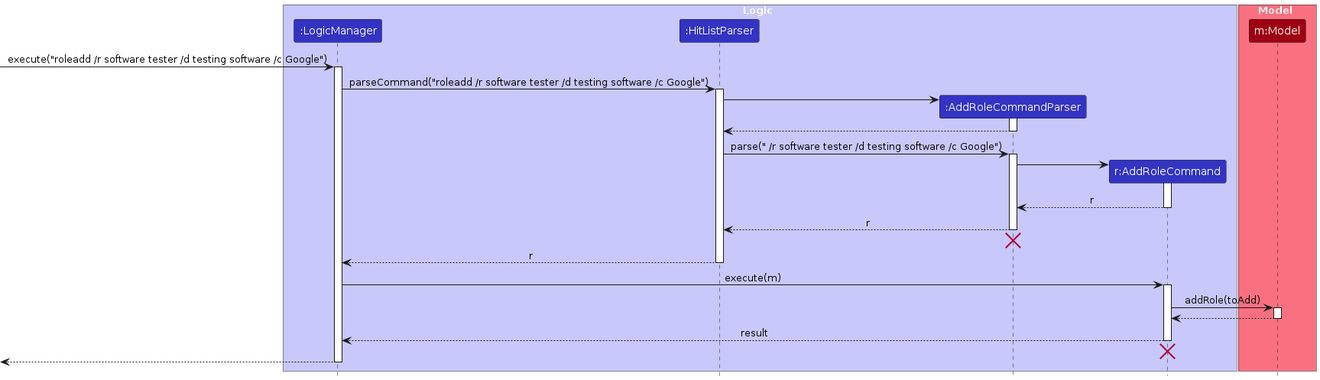
This is diagrams/add-role/RoleAddSequenceDiagram-Logic.png from AY2526S2-CS2103T-W11-2/tp, a PlantUML export, as it was before one commit. Its source is kept beside it as diagrams/add-role/RoleAddSequenceDiagram-Logic.puml.
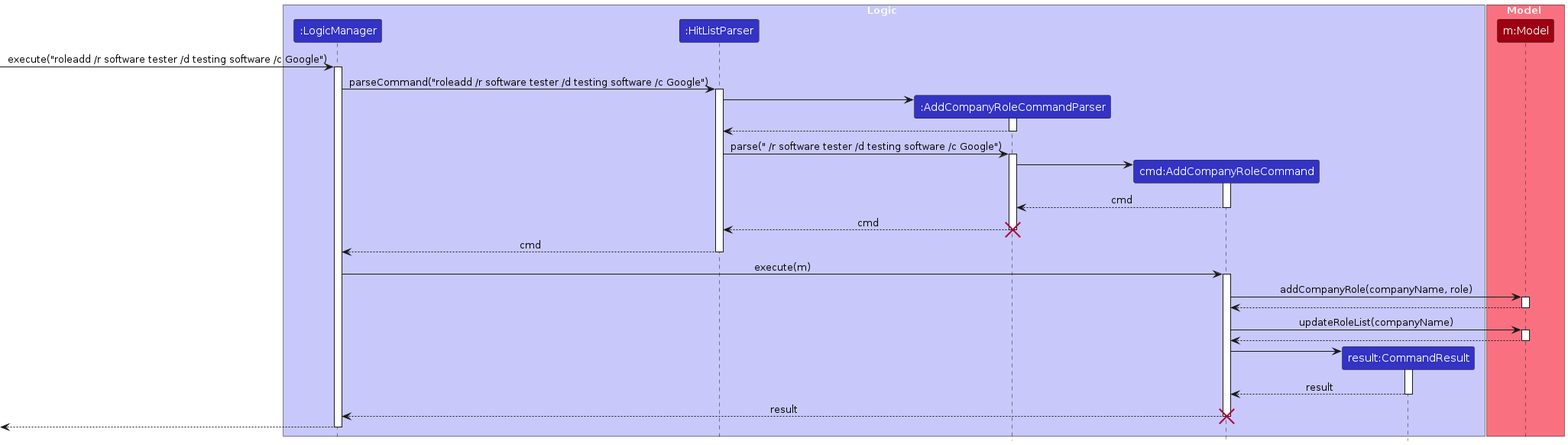
The same diagram one commit later.

Change to the diagram source:
```diff
@@ -5,8 +5,9 @@
 box Logic LOGIC_COLOR_T1
 participant ":LogicManager" as LogicManager LOGIC_COLOR
 participant ":HitListParser" as HitListParser LOGIC_COLOR
-participant ":AddRoleCommandParser" as AddRoleCommandParser LOGIC_COLOR
-participant "r:AddRoleCommand" as AddRoleCommand LOGIC_COLOR
+participant ":AddCompanyRoleCommandParser" as AddCompanyRoleCommandParser LOGIC_COLOR
+participant "cmd:AddCompanyRoleCommand" as AddCompanyRoleCommand LOGIC_COLOR
+participant "result:CommandResult" as CommandResult LOGIC_COLOR
 end box
 
 box Model MODEL_COLOR_T1
@@ -19,44 +20,53 @@
 LogicManager -> HitListParser : parseCommand("roleadd /r software tester /d testing software /c Google")
 activate HitListParser
 
-create AddRoleCommandParser
-HitListParser -> AddRoleCommandParser
-activate AddRoleCommandParser
+create AddCompanyRoleCommandParser
+HitListParser -> AddCompanyRoleCommandParser
+activate AddCompanyRoleCommandParser
 
-AddRoleCommandParser --> HitListParser
-deactivate AddRoleCommandParser
+AddCompanyRoleCommandParser --> HitListParser
+deactivate AddCompanyRoleCommandParser
 
-HitListParser -> AddRoleCommandParser : parse(" /r software tester /d testing software /c Google")
-activate AddRoleCommandParser
+HitListParser -> AddCompanyRoleCommandParser : parse(" /r software tester /d testing software /c Google")
+activate AddCompanyRoleCommandParser
 
-create AddRoleCommand
-AddRoleCommandParser -> AddRoleCommand
-activate AddRoleCommand
+create AddCompanyRoleCommand
+AddCompanyRoleCommandParser -> AddCompanyRoleCommand
+activate AddCompanyRoleCommand
 
-AddRoleCommand --> AddRoleCommandParser : r
-deactivate AddRoleCommand
+AddCompanyRoleCommand --> AddCompanyRoleCommandParser : cmd
+deactivate AddCompanyRoleCommand
 
-AddRoleCommandParser --> HitListParser : r
-deactivate AddRoleCommandParser
-AddRoleCommandParser -[hidden]-> HitListParser
-destroy AddRoleCommandParser
+AddCompanyRoleCommandParser --> HitListParser : cmd
+deactivate AddCompanyRoleCommandParser
+destroy AddCompanyRoleCommandParser
 
-HitListParser --> LogicManager : r
+HitListParser --> LogicManager : cmd
 deactivate HitListParser
 
-LogicManager -> AddRoleCommand : execute(m)
-activate AddRoleCommand
+LogicManager -> AddCompanyRoleCommand : execute(m)
+activate AddCompanyRoleCommand
 
-AddRoleCommand -> Model : addRole(toAdd)
+AddCompanyRoleCommand -> Model : addCompanyRole(companyName, role)
 activate Model
-
-Model --> AddRoleCommand
+Model --> AddCompanyRoleCommand
 deactivate Model
 
-AddRoleCommand --> LogicManager : result
-deactivate AddRoleCommand
-AddRoleCommand -[hidden]-> LogicManager
-destroy AddRoleCommand
+AddCompanyRoleCommand -> Model : updateRoleList(companyName)
+activate Model
+Model --> AddCompanyRoleCommand
+deactivate Model
+
+create CommandResult
+AddCompanyRoleCommand -> CommandResult
+activate CommandResult
+
+CommandResult --> AddCompanyRoleCommand : result
+deactivate CommandResult
+
+AddCompanyRoleCommand --> LogicManager : result
+deactivate AddCompanyRoleCommand
+destroy AddCompanyRoleCommand
 
 [<--LogicManager
 deactivate LogicManager
```
